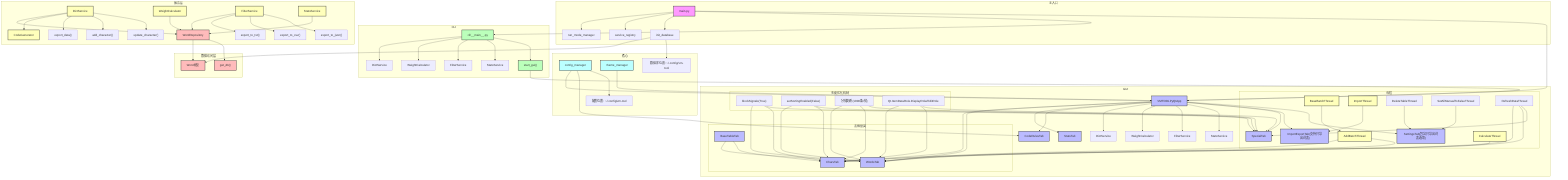
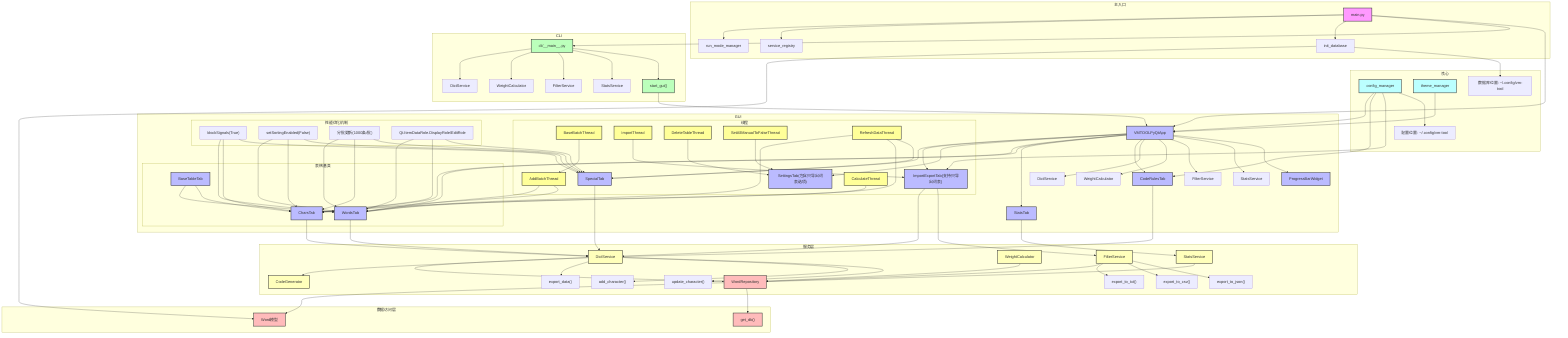
flowchart TD
    subgraph 主入口
        main["main.py"] --> run_mode["run_mode_manager"]
        main --> service_registry["service_registry"]
        main --> init_db["init_database"]
    end

    subgraph GUI
        VMTOOLPyQtApp["VMTOOLPyQtApp"] --> CharsTab["CharsTab"]
        VMTOOLPyQtApp --> SpecialTab["SpecialTab"]
        VMTOOLPyQtApp --> WordsTab["WordsTab"]
        VMTOOLPyQtApp --> StatsTab["StatsTab"]
        VMTOOLPyQtApp --> ImportExportTab["ImportExportTab(支持只导出词表)"]
        VMTOOLPyQtApp --> CodeRulesTab["CodeRulesTab"]
        VMTOOLPyQtApp --> SettingsTab["SettingsTab(包含只导出词表选项)"]
        VMTOOLPyQtApp --> DictService_GUI["DictService"]
        VMTOOLPyQtApp --> WeightCalculator_GUI["WeightCalculator"]
        VMTOOLPyQtApp --> FilterService_GUI["FilterService"]
        VMTOOLPyQtApp --> StatsService_GUI["StatsService"]
+         VMTOOLPyQtApp --> ProgressBarWidget["ProgressBarWidget"]

        subgraph 表格基类
            BaseTableTab["BaseTableTab"] --> WordsTab
            BaseTableTab --> CharsTab
        end

        subgraph 线程
            BaseBatchThread["BaseBatchThread"] --> AddBatchThread["AddBatchThread"]
            AddBatchThread --> WordsTab
            AddBatchThread --> CharsTab
            ImportThread["ImportThread"] --> ImportExportTab
            CalculateThread["CalculateThread"] --> WordsTab
            DeleteTableThread["DeleteTableThread"] --> SettingsTab
            SetAllManualToFalseThread["SetAllManualToFalseThread"] --> SettingsTab
            RefreshDataThread["RefreshDataThread"] --> WordsTab
            RefreshDataThread --> CharsTab
            RefreshDataThread --> SpecialTab
        end

        subgraph 性能优化机制
            BlockSignals["blockSignals(True)"] --> WordsTab
            BlockSignals --> CharsTab
            BlockSignals --> SpecialTab
            DisableSorting["setSortingEnabled(False)"] --> WordsTab
            DisableSorting --> CharsTab
            DisableSorting --> SpecialTab
            BatchUpdate["分批更新(1000条/批)"] --> WordsTab
            BatchUpdate --> CharsTab
            BatchUpdate --> SpecialTab
            DataRole["Qt.ItemDataRole.DisplayRole/EditRole"] --> WordsTab
            DataRole --> CharsTab
            DataRole --> SpecialTab
        end
    end

    subgraph CLI
        CLI_Main["cli/__main__.py"] --> DictService_CLI["DictService"]
        CLI_Main --> WeightCalculator_CLI["WeightCalculator"]
        CLI_Main --> FilterService_CLI["FilterService"]
        CLI_Main --> StatsService_CLI["StatsService"]
        CLI_Main --> start_gui["start_gui()"]
        start_gui --> VMTOOLPyQtApp
    end

    subgraph 服务层
        DictService["DictService"] --> WordRepository["WordRepository"]
        DictService --> CodeGenerator["CodeGenerator"]
        DictService --> export_data["export_data()"]
        DictService --> add_character["add_character()"]
        DictService --> update_character["update_character()"]
        WeightCalculator["WeightCalculator"] --> WordRepository
        FilterService["FilterService"] --> WordRepository
        FilterService --> export_to_txt["export_to_txt()"]
        FilterService --> export_to_csv["export_to_csv()"]
        FilterService --> export_to_json["export_to_json()"]
        StatsService["StatsService"] --> WordRepository
    end

    subgraph 数据访问层
        WordRepository --> Word["Word模型"]
        WordRepository --> get_db["get_db()"]
        init_db --> Word
    end

    subgraph 核心
        config_manager["config_manager"] --> VMTOOLPyQtApp
        config_manager --> CodeRulesTab
+         config_manager --> ImportExportTab
        theme_manager["theme_manager"] --> VMTOOLPyQtApp
        config_manager --> config_location["配置位置: ~/.config/vm-tool"]
        init_db --> db_location["数据库位置: ~/.config/vm-tool"]
    end

    main --> CLI_Main
    main --> VMTOOLPyQtApp
+     ImportExportTab --> DictService
+     ImportExportTab --> FilterService
+     CodeRulesTab --> DictService
+     WordsTab --> DictService
+     CharsTab --> DictService
+     SpecialTab --> DictService
+     StatsTab --> StatsService

    classDef main fill:#f9f,stroke:#333,stroke-width:2px;
    classDef gui fill:#bbf,stroke:#333,stroke-width:2px;
    classDef cli fill:#bfb,stroke:#333,stroke-width:2px;
    classDef service fill:#ffb,stroke:#333,stroke-width:2px;
    classDef dal fill:#fbb,stroke:#333,stroke-width:2px;
    classDef core fill:#bff,stroke:#333,stroke-width:2px;
+     classDef thread fill:#ff9,stroke:#333,stroke-width:2px;

    class main main;
-     class VMTOOLPyQtApp,CharsTab,SpecialTab,WordsTab,StatsTab,ImportExportTab,CodeRulesTab,SettingsTab,BaseTableTab gui;
+     class VMTOOLPyQtApp,CharsTab,SpecialTab,WordsTab,StatsTab,ImportExportTab,CodeRulesTab,SettingsTab,BaseTableTab,ProgressBarWidget gui;
    class CLI_Main,start_gui cli;
    class DictService,WeightCalculator,FilterService,StatsService,CodeGenerator service;
-     class WordRepository,Word,get_db,dal dal;
+     class WordRepository,Word,get_db dal;
    class config_manager,theme_manager core;
-     class BaseBatchThread,AddBatchThread,ImportThread,CalculateThread service;+     class BaseBatchThread,AddBatchThread,ImportThread,CalculateThread,DeleteTableThread,SetAllManualToFalseThread,RefreshDataThread thread;